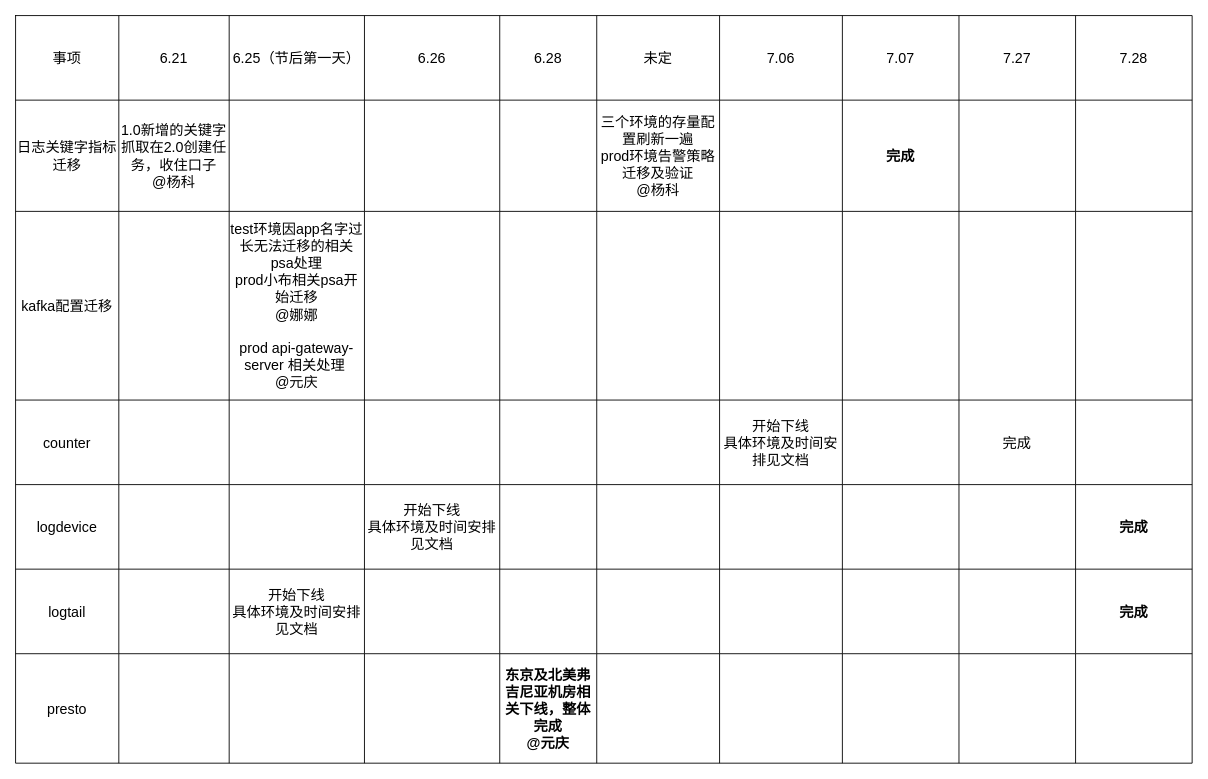
Before: 未命名绘图.drawio in jingb/pythonRepo, a draw.io diagram. Source tidied: cells renumbered, new cells numbered last; positions are measured from the earlier drawing's top-left corner, leaving out a move shared by most shapes. Both pictures are drawn from the tidied source at 89%, with x=0, y=0 at pixel (15, 15).
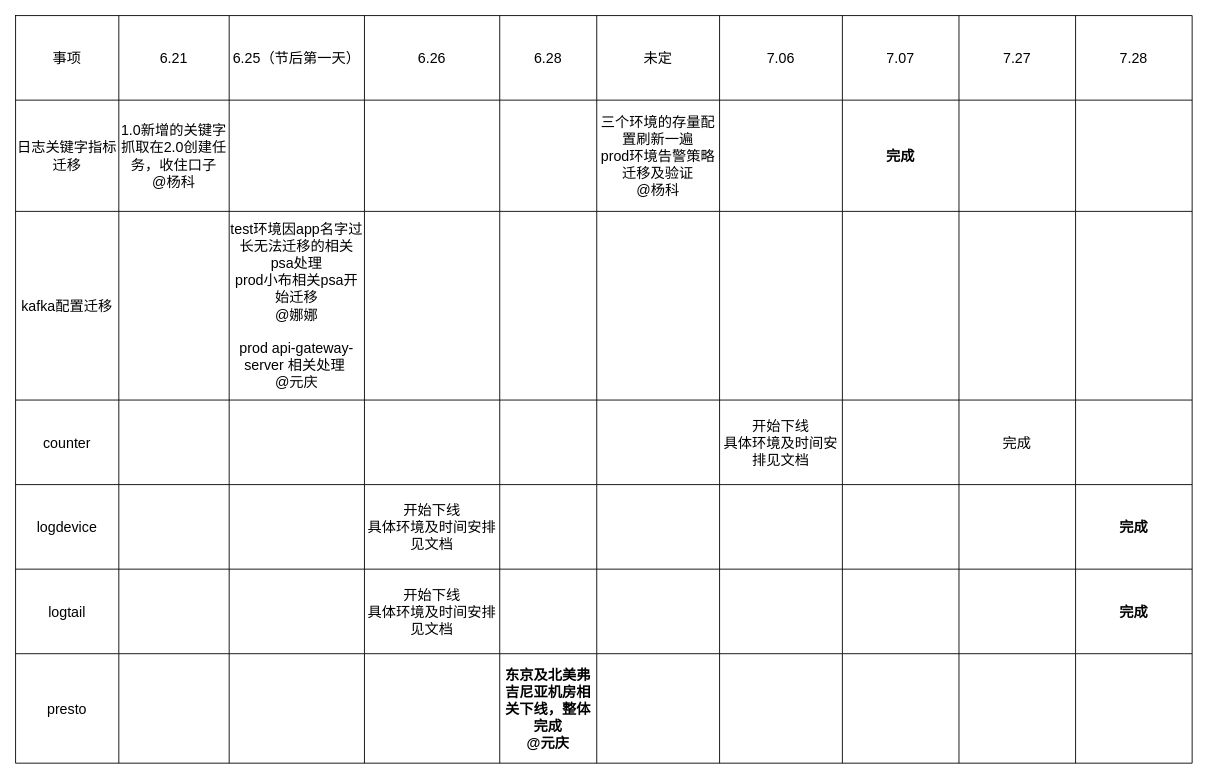
Above is the later version.

Commit message (it also covers changes not shown here):
更新未命名绘图.drawio

Unchanged cells that the change refers to:
```xml
<mxCell id="58" style="shape=tableRow;horizontal=0;startSize=0;swimlaneHead=0;swimlaneBody=0;strokeColor=inherit;top=0;left=0;bottom=0;right=0;fillColor=none;fontSize=16;" parent="2" vertex="1">
  <mxGeometry y="622" width="1322" height="95" as="geometry" />
</mxCell>
```

The edit, as a diff of the source:
```diff
@@
-    <mxCell id="61" value="开始下线&lt;br style=&quot;border-color: var(--border-color);&quot;&gt;具体环境及时间安排见文档" style="shape=partialRectangle;html=1;whiteSpace=wrap;strokeColor=inherit;overflow=hidden;fillColor=none;top=0;left=0;bottom=0;right=0;fontSize=16;" parent="58" vertex="1">
+    <mxCell id="61" style="shape=partialRectangle;html=1;whiteSpace=wrap;strokeColor=inherit;overflow=hidden;fillColor=none;top=0;left=0;bottom=0;right=0;fontSize=16;" parent="58" vertex="1">
       <mxGeometry x="240" width="152" height="95" as="geometry" />
     </mxCell>
-    <mxCell id="62" style="shape=partialRectangle;html=1;whiteSpace=wrap;strokeColor=inherit;overflow=hidden;fillColor=none;top=0;left=0;bottom=0;right=0;fontSize=16;" parent="58" vertex="1">
+    <mxCell id="62" value="开始下线&lt;br style=&quot;border-color: var(--border-color);&quot;&gt;具体环境及时间安排见文档" style="shape=partialRectangle;html=1;whiteSpace=wrap;strokeColor=inherit;overflow=hidden;fillColor=none;top=0;left=0;bottom=0;right=0;fontSize=16;" parent="58" vertex="1">
       <mxGeometry x="392" width="152" height="95" as="geometry" />
     </mxCell>
```
